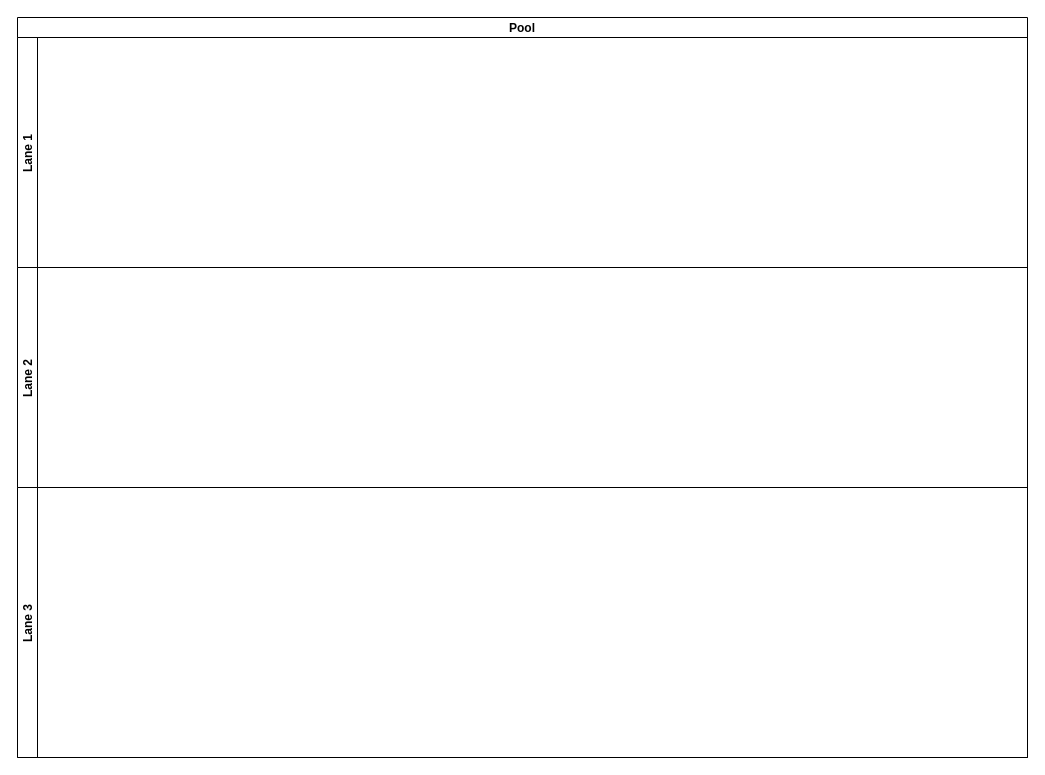
Above: Untitled Diagram.drawio in wunicorns/diagram4node (draw.io), before the change. Source tidied: cells renumbered, new cells numbered last; positions are measured from the earlier drawing's top-left corner, leaving out a move shared by most shapes. Both pictures are drawn from the tidied source at 100%, with x=0, y=0 at pixel (17, 17).
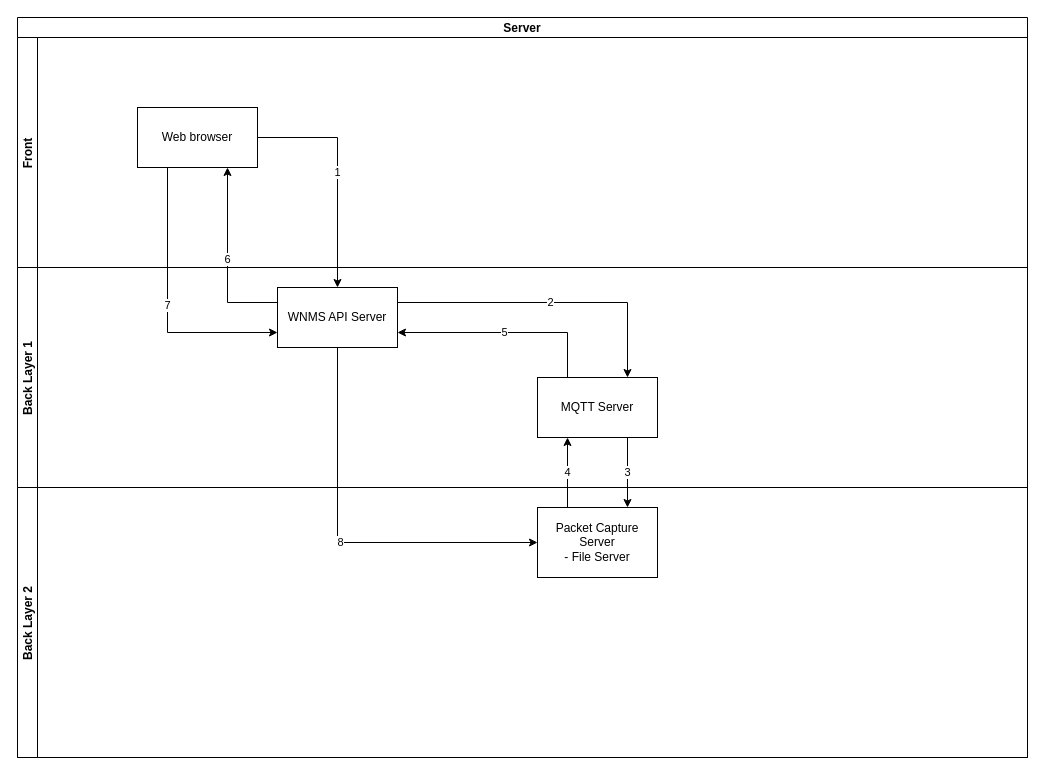
Above is the later version.

The edit, as a diff of the source:
```diff
@@
 <mxGraphModel>
   <root>
     <mxCell id="0" />
     <mxCell id="1" parent="0" />
-    <mxCell id="2" value="Pool" style="swimlane;horizontal=1;startSize=20;" parent="1" vertex="1">
+    <mxCell id="2" value="Server" style="swimlane;horizontal=1;startSize=20;" parent="1" vertex="1">
       <mxGeometry width="1010" height="740" as="geometry" />
     </mxCell>
-    <mxCell id="3" value="Lane 1" style="swimlane;startSize=20;horizontal=0;" parent="2" vertex="1">
+    <mxCell id="3" value="Front" style="swimlane;startSize=20;horizontal=0;" parent="2" vertex="1">
       <mxGeometry y="20" width="1010" height="230" as="geometry" />
     </mxCell>
+    <mxCell id="6" value="Web browser" style="rounded=0;whiteSpace=wrap;html=1;" parent="3" vertex="1">
+      <mxGeometry x="120" y="70" width="120" height="60" as="geometry" />
+    </mxCell>
-    <mxCell id="4" value="Lane 2" style="swimlane;startSize=20;horizontal=0;" parent="2" vertex="1">
+    <mxCell id="4" value="Back Layer 1" style="swimlane;startSize=20;horizontal=0;" parent="2" vertex="1">
       <mxGeometry y="250" width="1010" height="220" as="geometry" />
     </mxCell>
+    <mxCell id="7" value="2" style="edgeStyle=orthogonalEdgeStyle;rounded=0;jettySize=auto;html=1;exitX=1;exitY=0.25;exitDx=0;exitDy=0;entryX=0.75;entryY=0;entryDx=0;entryDy=0;" parent="4" edge="1" source="8" target="10">
+      <mxGeometry relative="1" as="geometry" />
+    </mxCell>
+    <mxCell id="8" value="WNMS API Server" style="rounded=0;whiteSpace=wrap;html=1;" parent="4" vertex="1">
+      <mxGeometry x="260" y="20" width="120" height="60" as="geometry" />
+    </mxCell>
+    <mxCell id="9" value="5" style="edgeStyle=orthogonalEdgeStyle;rounded=0;jettySize=auto;html=1;exitX=0.25;exitY=0;exitDx=0;exitDy=0;entryX=1;entryY=0.75;entryDx=0;entryDy=0;" parent="4" edge="1" source="10" target="8">
+      <mxGeometry relative="1" as="geometry" />
+    </mxCell>
+    <mxCell id="10" value="MQTT Server" style="rounded=0;whiteSpace=wrap;html=1;" parent="4" vertex="1">
+      <mxGeometry x="520" y="110" width="120" height="60" as="geometry" />
+    </mxCell>
-    <mxCell id="5" value="Lane 3" style="swimlane;startSize=20;horizontal=0;" parent="2" vertex="1">
+    <mxCell id="5" value="Back Layer 2" style="swimlane;startSize=20;horizontal=0;" parent="2" vertex="1">
       <mxGeometry y="470" width="1010" height="270" as="geometry" />
     </mxCell>
+    <mxCell id="11" value="Packet Capture Server&lt;br&gt;- File Server" style="rounded=0;whiteSpace=wrap;html=1;" parent="5" vertex="1">
+      <mxGeometry x="520" y="20" width="120" height="70" as="geometry" />
+    </mxCell>
+    <mxCell id="12" value="1" style="edgeStyle=orthogonalEdgeStyle;rounded=0;jettySize=auto;html=1;exitX=1;exitY=0.5;exitDx=0;exitDy=0;entryX=0.5;entryY=0;entryDx=0;entryDy=0;" parent="2" edge="1" source="6" target="8">
+      <mxGeometry relative="1" as="geometry" />
+    </mxCell>
+    <mxCell id="13" value="3" style="edgeStyle=orthogonalEdgeStyle;rounded=0;jettySize=auto;html=1;exitX=0.75;exitY=1;exitDx=0;exitDy=0;entryX=0.75;entryY=0;entryDx=0;entryDy=0;" parent="2" edge="1" source="10" target="11">
+      <mxGeometry relative="1" as="geometry" />
+    </mxCell>
+    <mxCell id="14" value="4" style="edgeStyle=orthogonalEdgeStyle;rounded=0;jettySize=auto;html=1;exitX=0.25;exitY=0;exitDx=0;exitDy=0;entryX=0.25;entryY=1;entryDx=0;entryDy=0;" parent="2" edge="1" source="11" target="10">
+      <mxGeometry relative="1" as="geometry" />
+    </mxCell>
+    <mxCell id="15" value="6" style="edgeStyle=orthogonalEdgeStyle;rounded=0;jettySize=auto;html=1;exitX=0;exitY=0.25;exitDx=0;exitDy=0;entryX=0.75;entryY=1;entryDx=0;entryDy=0;" parent="2" edge="1" source="8" target="6">
+      <mxGeometry relative="1" as="geometry" />
+    </mxCell>
+    <mxCell id="16" value="7" style="edgeStyle=orthogonalEdgeStyle;rounded=0;jettySize=auto;html=1;exitX=0.25;exitY=1;exitDx=0;exitDy=0;entryX=0;entryY=0.75;entryDx=0;entryDy=0;" parent="2" edge="1" source="6" target="8">
+      <mxGeometry relative="1" as="geometry" />
+    </mxCell>
+    <mxCell id="17" value="8" style="edgeStyle=orthogonalEdgeStyle;rounded=0;jettySize=auto;html=1;exitX=0.5;exitY=1;exitDx=0;exitDy=0;entryX=0;entryY=0.5;entryDx=0;entryDy=0;" parent="2" edge="1" source="8" target="11">
+      <mxGeometry relative="1" as="geometry" />
+    </mxCell>
   </root>
 </mxGraphModel>
```
